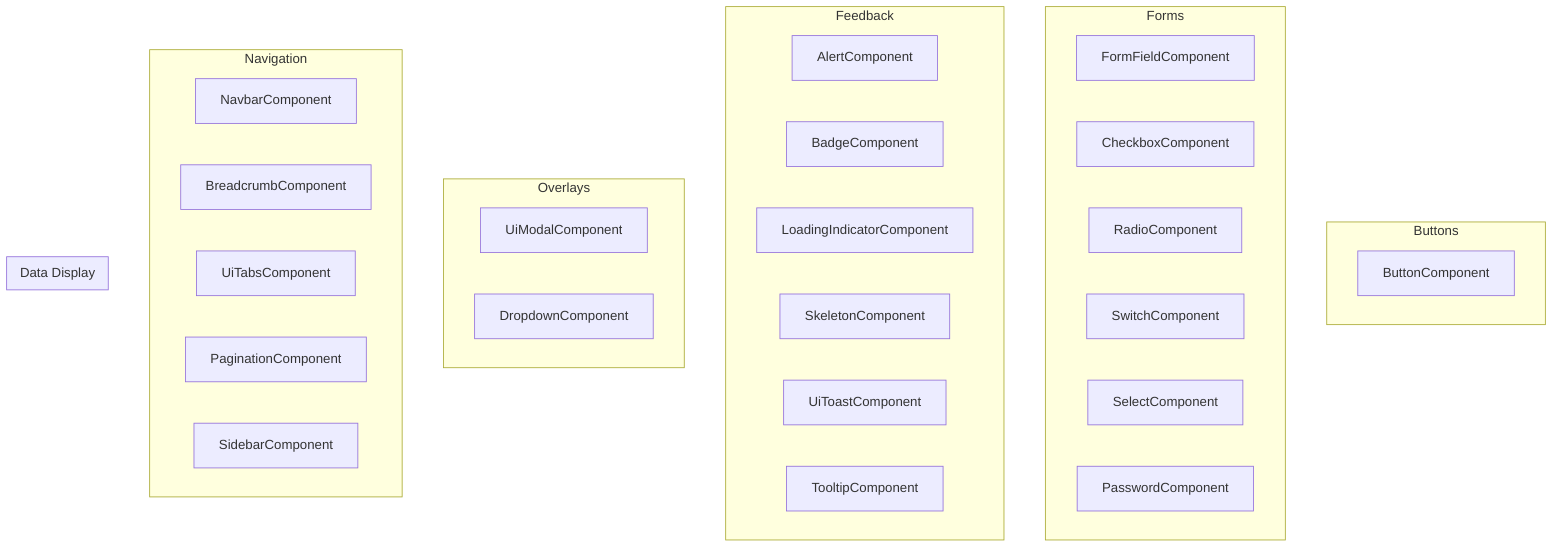
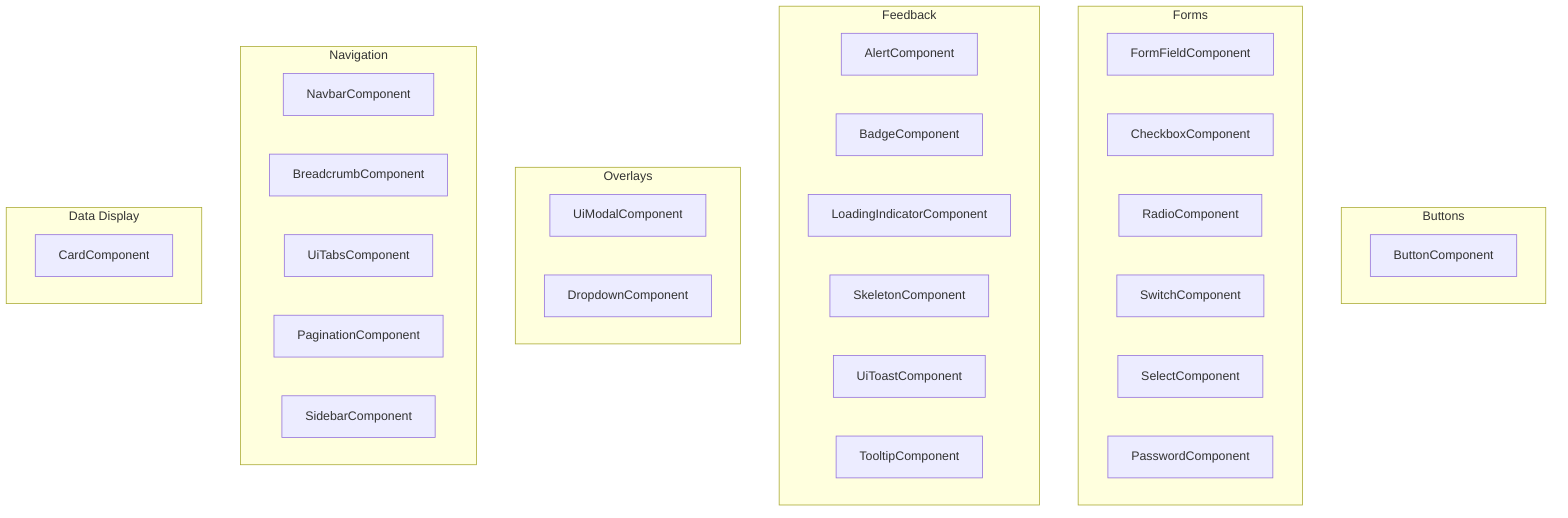
flowchart TB
  subgraph buttons["Buttons"]
    button_component["ButtonComponent"]
  end

  subgraph forms["Forms"]
    form_field_component["FormFieldComponent"]
    checkbox_component["CheckboxComponent"]
    radio_component["RadioComponent"]
    switch_component["SwitchComponent"]
    select_component["SelectComponent"]
    password_component["PasswordComponent"]
  end

  subgraph feedback["Feedback"]
    alert_component["AlertComponent"]
    badge_component["BadgeComponent"]
    loading_indicator_component["LoadingIndicatorComponent"]
    skeleton_component["SkeletonComponent"]
    ui_toast_component["UiToastComponent"]
    tooltip_component["TooltipComponent"]
  end

  subgraph overlays["Overlays"]
    ui_modal_component["UiModalComponent"]
    dropdown_component["DropdownComponent"]
  end

  subgraph navigation["Navigation"]
    navbar_component["NavbarComponent"]
    breadcrumb_component["BreadcrumbComponent"]
    ui_tabs_component["UiTabsComponent"]
    pagination_component["PaginationComponent"]
    sidebar_component["SidebarComponent"]
  end

  subgraph data_display["Data Display"]
-     %% Components go here.
+     card_component["CardComponent"]
  end
